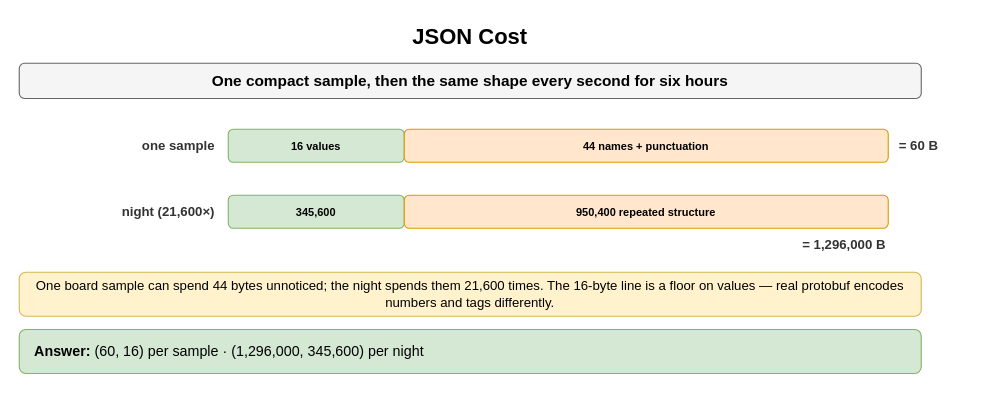
Above: page "JSON Cost" (2 of 8) of content/09_System_Design_Interview/14_Encoding_Serialization_and_Schema_Evolution/diagrams/encoding-drills.drawio in amendez13/swe-study-guide (draw.io), before the change. Source tidied: cells renumbered, new cells numbered last; positions are measured from the earlier drawing's top-left corner, leaving out a move shared by most shapes. Both pictures are drawn from the tidied source at 110%, with x=0, y=0 at pixel (19, 19).
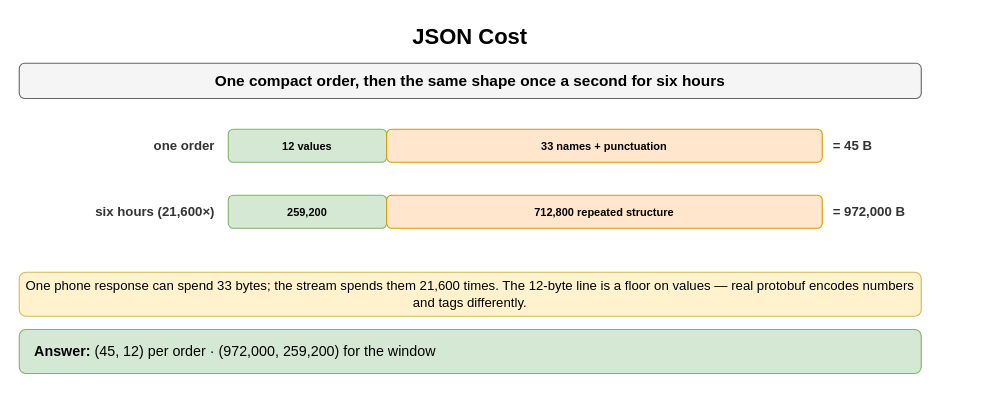
Above is the later version.

What changed in the source:
```diff
@@
 <mxGraphModel>
   <root>
     <mxCell id="0" />
     <mxCell id="1" parent="0" />
     <mxCell id="2" value="JSON Cost" style="text;html=1;align=center;verticalAlign=middle;whiteSpace=wrap;fontSize=20;fontStyle=1;" parent="1" vertex="1">
       <mxGeometry width="820" height="30" as="geometry" />
     </mxCell>
-    <mxCell id="3" value="One compact sample, then the same shape every second for six hours" style="rounded=1;whiteSpace=wrap;html=1;fillColor=#f5f5f5;strokeColor=#666666;fontStyle=1;fontSize=14;" parent="1" vertex="1">
+    <mxCell id="3" value="One compact order, then the same shape once a second for six hours" style="rounded=1;whiteSpace=wrap;html=1;fillColor=#f5f5f5;strokeColor=#666666;fontStyle=1;fontSize=14;" parent="1" vertex="1">
       <mxGeometry y="40" width="820" height="32" as="geometry" />
     </mxCell>
-    <mxCell id="4" value="one sample" style="text;html=1;whiteSpace=wrap;fontSize=11;align=right;verticalAlign=middle;fontSize=12;fontColor=#333333;fontStyle=1;" parent="1" vertex="1">
+    <mxCell id="4" value="one order" style="text;html=1;whiteSpace=wrap;fontSize=11;align=right;verticalAlign=middle;fontSize=12;fontColor=#333333;fontStyle=1;" parent="1" vertex="1">
       <mxGeometry y="100" width="180" height="30" as="geometry" />
     </mxCell>
-    <mxCell id="5" value="16 values" style="rounded=1;whiteSpace=wrap;html=1;fillColor=#d5e8d4;strokeColor=#82b366;fontSize=10;align=center;fontStyle=1;" parent="1" vertex="1">
-      <mxGeometry x="190" y="100" width="160" height="30" as="geometry" />
+    <mxCell id="5" value="12 values" style="rounded=1;whiteSpace=wrap;html=1;fillColor=#d5e8d4;strokeColor=#82b366;fontSize=10;align=center;fontStyle=1;" parent="1" vertex="1">
+      <mxGeometry x="190" y="100" width="144" height="30" as="geometry" />
     </mxCell>
-    <mxCell id="6" value="44 names + punctuation" style="rounded=1;whiteSpace=wrap;html=1;fillColor=#ffe6cc;strokeColor=#d79b00;fontSize=10;align=center;fontStyle=1;" parent="1" vertex="1">
-      <mxGeometry x="350" y="100" width="440" height="30" as="geometry" />
+    <mxCell id="6" value="33 names + punctuation" style="rounded=1;whiteSpace=wrap;html=1;fillColor=#ffe6cc;strokeColor=#d79b00;fontSize=10;align=center;fontStyle=1;" parent="1" vertex="1">
+      <mxGeometry x="334" y="100" width="396" height="30" as="geometry" />
     </mxCell>
-    <mxCell id="7" value="= 60 B" style="text;html=1;whiteSpace=wrap;fontSize=11;align=left;verticalAlign=middle;fontSize=12;fontColor=#333333;fontStyle=1;" parent="1" vertex="1">
-      <mxGeometry x="798" y="100" width="80" height="30" as="geometry" />
+    <mxCell id="7" value="= 45 B" style="text;html=1;whiteSpace=wrap;fontSize=11;align=left;verticalAlign=middle;fontSize=12;fontColor=#333333;fontStyle=1;" parent="1" vertex="1">
+      <mxGeometry x="738" y="100" width="80" height="30" as="geometry" />
     </mxCell>
-    <mxCell id="8" value="night (21,600×)" style="text;html=1;whiteSpace=wrap;fontSize=11;align=right;verticalAlign=middle;fontSize=12;fontColor=#333333;fontStyle=1;" parent="1" vertex="1">
+    <mxCell id="8" value="six hours (21,600×)" style="text;html=1;whiteSpace=wrap;fontSize=11;align=right;verticalAlign=middle;fontSize=12;fontColor=#333333;fontStyle=1;" parent="1" vertex="1">
       <mxGeometry y="160" width="180" height="30" as="geometry" />
     </mxCell>
-    <mxCell id="9" value="345,600" style="rounded=1;whiteSpace=wrap;html=1;fillColor=#d5e8d4;strokeColor=#82b366;fontSize=10;align=center;fontStyle=1;" parent="1" vertex="1">
-      <mxGeometry x="190" y="160" width="160" height="30" as="geometry" />
+    <mxCell id="9" value="259,200" style="rounded=1;whiteSpace=wrap;html=1;fillColor=#d5e8d4;strokeColor=#82b366;fontSize=10;align=center;fontStyle=1;" parent="1" vertex="1">
+      <mxGeometry x="190" y="160" width="144" height="30" as="geometry" />
     </mxCell>
-    <mxCell id="10" value="950,400 repeated structure" style="rounded=1;whiteSpace=wrap;html=1;fillColor=#ffe6cc;strokeColor=#d79b00;fontSize=10;align=center;fontStyle=1;" parent="1" vertex="1">
-      <mxGeometry x="350" y="160" width="440" height="30" as="geometry" />
+    <mxCell id="10" value="712,800 repeated structure" style="rounded=1;whiteSpace=wrap;html=1;fillColor=#ffe6cc;strokeColor=#d79b00;fontSize=10;align=center;fontStyle=1;" parent="1" vertex="1">
+      <mxGeometry x="334" y="160" width="396" height="30" as="geometry" />
     </mxCell>
-    <mxCell id="11" value="= 1,296,000 B" style="text;html=1;whiteSpace=wrap;fontSize=11;align=right;verticalAlign=middle;fontSize=12;fontColor=#333333;fontStyle=1;" parent="1" vertex="1">
-      <mxGeometry x="670" y="196" width="120" height="18" as="geometry" />
+    <mxCell id="11" value="= 972,000 B" style="text;html=1;whiteSpace=wrap;fontSize=11;align=left;verticalAlign=middle;fontSize=12;fontColor=#333333;fontStyle=1;" parent="1" vertex="1">
+      <mxGeometry x="738" y="160" width="100" height="30" as="geometry" />
     </mxCell>
-    <mxCell id="12" value="One board sample can spend 44 bytes unnoticed; the night spends them 21,600 times. The 16-byte line is a floor on values — real protobuf encodes numbers and tags differently." style="rounded=1;whiteSpace=wrap;html=1;fillColor=#fff2cc;strokeColor=#d6b656;fontSize=12;align=center;" parent="1" vertex="1">
+    <mxCell id="12" value="One phone response can spend 33 bytes; the stream spends them 21,600 times. The 12-byte line is a floor on values — real protobuf encodes numbers and tags differently." style="rounded=1;whiteSpace=wrap;html=1;fillColor=#fff2cc;strokeColor=#d6b656;fontSize=12;align=center;" parent="1" vertex="1">
       <mxGeometry y="230" width="820" height="40" as="geometry" />
     </mxCell>
-    <mxCell id="13" value="&lt;b&gt;Answer:&lt;/b&gt; (60, 16) per sample · (1,296,000, 345,600) per night" style="rounded=1;whiteSpace=wrap;html=1;fillColor=#d5e8d4;strokeColor=#82b366;fontSize=13;align=left;spacingLeft=12;" parent="1" vertex="1">
+    <mxCell id="13" value="&lt;b&gt;Answer:&lt;/b&gt; (45, 12) per order · (972,000, 259,200) for the window" style="rounded=1;whiteSpace=wrap;html=1;fillColor=#d5e8d4;strokeColor=#82b366;fontSize=13;align=left;spacingLeft=12;" parent="1" vertex="1">
       <mxGeometry y="282" width="820" height="40" as="geometry" />
     </mxCell>
   </root>
 </mxGraphModel>
```
